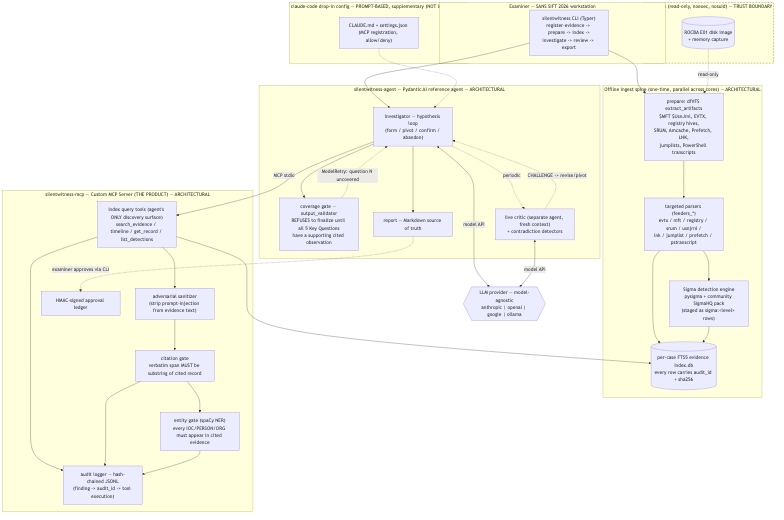
Earlier version of the Mermaid export docs/diagrams/architecture.png (Blockchain-Oracle/silentwitness). Its source is kept beside it as docs/diagrams/architecture.mmd.
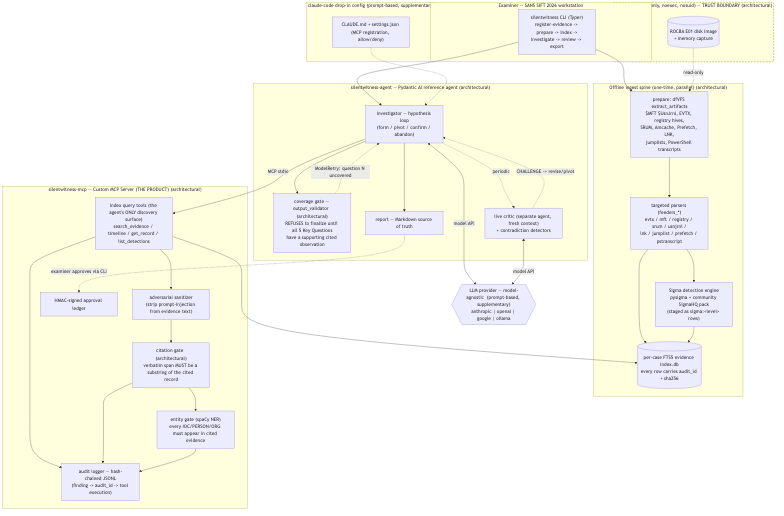
After the change.

Commit message:
test: update accuracy-report + architecture-diagram gates for the rewritten docs

What changed in the source:
```diff
@@ -3,38 +3,38 @@
         cli["silentwitness CLI (Typer)<br/>register-evidence -> prepare -> index -><br/>investigate -> review -> export"]
     end
 
-    subgraph evidence["/evidence  (read-only, noexec, nosuid)  — TRUST BOUNDARY"]
+    subgraph evidence["/evidence  (read-only, noexec, nosuid)  — TRUST BOUNDARY  (architectural)"]
         e01[("ROCBA E01 disk image<br/>+ memory capture")]
     end
 
-    subgraph ingest["Offline ingest spine (one-time, parallel across cores) — ARCHITECTURAL"]
+    subgraph ingest["Offline ingest spine (one-time, parallel)  (architectural)"]
         prepare["prepare: dfVFS extract_artifacts<br/>$MFT $UsnJrnl, EVTX, registry hives,<br/>SRUM, Amcache, Prefetch, LNK,<br/>jumplists, PowerShell transcripts"]
         feeders["targeted parsers (feeders_*)<br/>evtx / mft / registry / srum / usnjrnl /<br/>lnk / jumplist / prefetch / pstranscript"]
         sigma["Sigma detection engine<br/>pysigma + community SigmaHQ pack<br/>(staged as sigma:&lt;level&gt; rows)"]
         idx[("per-case FTS5 evidence index.db<br/>every row carries audit_id + sha256")]
     end
 
-    subgraph mcp["silentwitness-mcp — Custom MCP Server (THE PRODUCT) — ARCHITECTURAL"]
-        query["index query tools (agent's ONLY discovery surface)<br/>search_evidence / timeline / get_record / list_detections"]
+    subgraph mcp["silentwitness-mcp — Custom MCP Server (THE PRODUCT)  (architectural)"]
+        query["index query tools (the agent's ONLY discovery surface)<br/>search_evidence / timeline / get_record / list_detections"]
         sanit["adversarial sanitizer<br/>(strip prompt-injection from evidence text)"]
-        cit["citation gate<br/>verbatim span MUST be substring of cited record"]
+        cit["citation gate  (architectural)<br/>verbatim span MUST be a substring of the cited record"]
         ent["entity gate (spaCy NER)<br/>every IOC/PERSON/ORG must appear in cited evidence"]
         audit["audit logger — hash-chained JSONL<br/>(finding -> audit_id -> tool execution)"]
         hmac["HMAC-signed approval ledger"]
     end
 
-    subgraph agent["silentwitness-agent — Pydantic AI reference agent — ARCHITECTURAL"]
+    subgraph agent["silentwitness-agent — Pydantic AI reference agent  (architectural)"]
         inv["investigator — hypothesis loop<br/>(form / pivot / confirm / abandon)"]
-        cov["coverage gate — output_validator<br/>REFUSES to finalize until all 5 Key Questions<br/>have a supporting cited observation"]
+        cov["coverage gate — output_validator  (architectural)<br/>REFUSES to finalize until all 5 Key Questions<br/>have a supporting cited observation"]
         critic["live critic (separate agent, fresh context)<br/>+ contradiction detectors"]
         report["report — Markdown source of truth"]
     end
 
-    subgraph cccfg["claude-code drop-in config — PROMPT-BASED, supplementary (NOT load-bearing)"]
+    subgraph cccfg["claude-code drop-in config  (prompt-based, supplementary)"]
         ccmd["CLAUDE.md + settings.json (MCP registration, allow/deny)"]
     end
 
-    llm{{"LLM provider — model-agnostic<br/>anthropic | openai | google | ollama"}}
+    llm{{"LLM provider — model-agnostic  (prompt-based, supplementary)<br/>anthropic | openai | google | ollama"}}
 
     cli --> prepare
     e01 -. read-only .-> prepare
```
